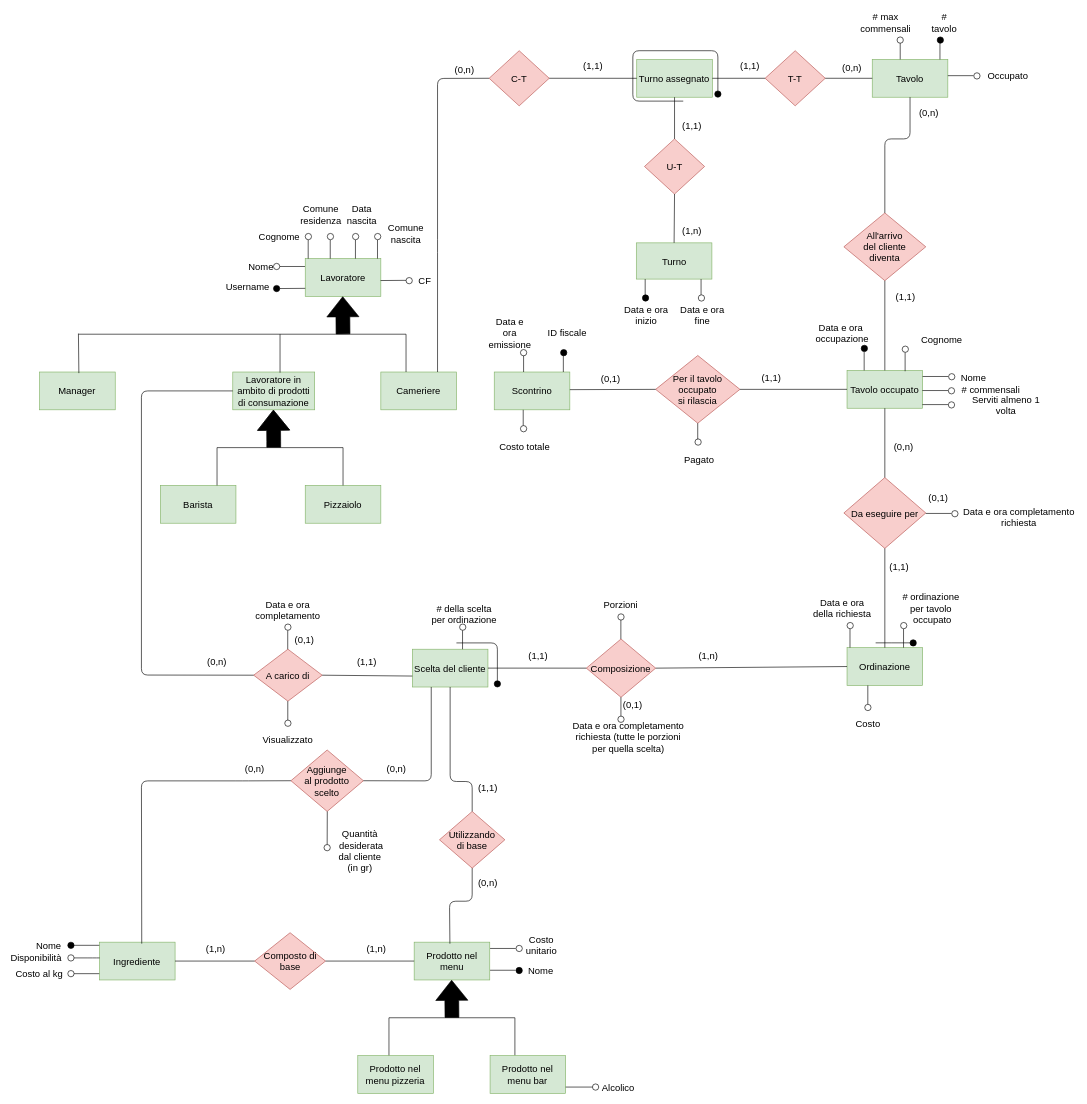
This is RERD/RERD_EditableDiagram.drawio from StefanoBelli/pizzeria, a draw.io file, before an edit. Source tidied: cells renumbered, new cells numbered last; positions are measured from the earlier drawing's top-left corner, leaving out a move shared by most shapes. Both pictures are drawn from the tidied source at 63%, with x=0, y=0 at pixel (11, 16).
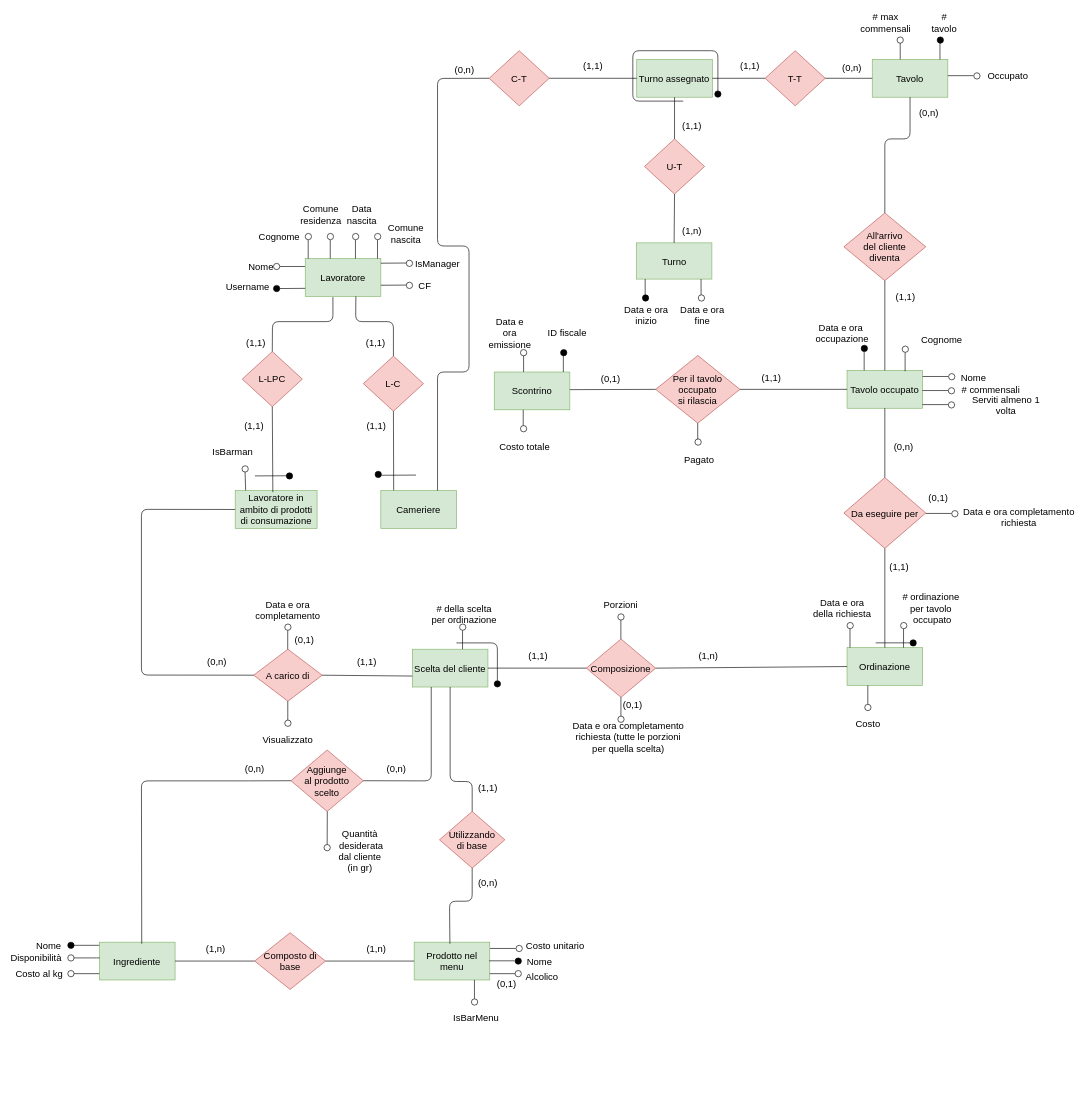
Above is the later version.

Unchanged cells that the change refers to:
```xml
<mxCell id="4" value="Lavoratore" style="rounded=0;whiteSpace=wrap;html=1;fontSize=15;fillColor=#d5e8d4;strokeColor=#82b366;" parent="1" vertex="1">
  <mxGeometry x="467" y="385" width="120" height="60" as="geometry" />
</mxCell>
<mxCell id="21" value="A carico di" style="rhombus;whiteSpace=wrap;html=1;fontSize=15;fillColor=#f8cecc;strokeColor=#b85450;" parent="1" vertex="1">
  <mxGeometry x="385.1" y="1005" width="108.8" height="82.5" as="geometry" />
</mxCell>
<mxCell id="176" value="C-T" style="rhombus;whiteSpace=wrap;html=1;fontSize=15;fillColor=#f8cecc;strokeColor=#b85450;" parent="1" vertex="1">
  <mxGeometry x="758.9" y="55" width="95.4" height="87.5" as="geometry" />
</mxCell>
```

What changed in the source:
```diff
@@
     <mxCell id="3" value="Cameriere" style="rounded=0;whiteSpace=wrap;html=1;fontSize=15;fillColor=#d5e8d4;strokeColor=#82b366;" parent="1" vertex="1">
-      <mxGeometry x="587" y="565" width="120" height="60" as="geometry" />
+      <mxGeometry x="587" y="753.2" width="120" height="60" as="geometry" />
     </mxCell>
@@
     <mxCell id="5" value="Lavoratore in ambito di prodotti di consumazione" style="rounded=0;whiteSpace=wrap;html=1;fontSize=15;fillColor=#d5e8d4;strokeColor=#82b366;" parent="1" vertex="1">
-      <mxGeometry x="352" y="565" width="130" height="60" as="geometry" />
+      <mxGeometry x="355.8" y="753.2" width="130" height="60" as="geometry" />
     </mxCell>
-    <mxCell id="6" value="Barista" style="rounded=0;whiteSpace=wrap;html=1;fontSize=15;fillColor=#d5e8d4;strokeColor=#82b366;" parent="1" vertex="1">
-      <mxGeometry x="237" y="745" width="120" height="60" as="geometry" />
-    </mxCell>
-    <mxCell id="7" value="Pizzaiolo" style="rounded=0;whiteSpace=wrap;html=1;fontSize=15;fillColor=#d5e8d4;strokeColor=#82b366;" parent="1" vertex="1">
-      <mxGeometry x="467" y="745" width="120" height="60" as="geometry" />
-    </mxCell>
     <mxCell id="8" style="endArrow=none;html=1;exitX=0.75;exitY=0;exitDx=0;exitDy=0;entryX=0;entryY=0.5;entryDx=0;entryDy=0;" parent="1" edge="1" source="3" target="176">
       <mxGeometry relative="1" as="geometry">
         <Array as="points">
+          <mxPoint x="677" y="565" />
+          <mxPoint x="727" y="565" />
+          <mxPoint x="727" y="365" />
           <mxPoint x="677" y="365" />
           <mxPoint x="677" y="99" />
         </Array>
       </mxGeometry>
     </mxCell>
-    <mxCell id="9" style="shape=flexArrow;endArrow=classic;html=1;endWidth=28;endSize=10.3;width=22;fillColor=#000000;fontSize=15;" parent="1" edge="1">
-      <mxGeometry relative="1" as="geometry">
-        <mxPoint x="527" y="505" as="sourcePoint" />
-        <mxPoint x="526.5" y="445" as="targetPoint" />
-      </mxGeometry>
-    </mxCell>
-    <mxCell id="10" style="shape=flexArrow;endArrow=classic;html=1;endWidth=28;endSize=10.3;width=22;fillColor=#000000;fontSize=15;" parent="1" edge="1">
-      <mxGeometry relative="1" as="geometry">
-        <mxPoint x="417" y="685" as="sourcePoint" />
-        <mxPoint x="416.5" y="625" as="targetPoint" />
-        <Array as="points">
-          <mxPoint x="417" y="675" />
-        </Array>
-      </mxGeometry>
-    </mxCell>
-    <mxCell id="11" style="endArrow=none;html=1;fillColor=#000000;fontSize=15;" parent="1" edge="1">
-      <mxGeometry relative="1" as="geometry">
-        <mxPoint x="107" y="505" as="sourcePoint" />
-        <mxPoint x="627" y="505" as="targetPoint" />
-      </mxGeometry>
-    </mxCell>
-    <mxCell id="12" style="endArrow=none;html=1;fillColor=#000000;fontSize=15;" parent="1" edge="1">
-      <mxGeometry relative="1" as="geometry">
-        <mxPoint x="327" y="685" as="sourcePoint" />
-        <mxPoint x="527" y="685" as="targetPoint" />
-      </mxGeometry>
-    </mxCell>
-    <mxCell id="13" style="endArrow=none;html=1;fillColor=#000000;fontSize=15;" parent="1" edge="1">
-      <mxGeometry relative="1" as="geometry">
-        <mxPoint x="427" y="566" as="sourcePoint" />
-        <mxPoint x="427" y="505" as="targetPoint" />
-      </mxGeometry>
-    </mxCell>
-    <mxCell id="14" style="endArrow=none;html=1;fillColor=#000000;fontSize=15;" parent="1" edge="1">
-      <mxGeometry relative="1" as="geometry">
-        <mxPoint x="627" y="565" as="sourcePoint" />
-        <mxPoint x="627" y="505" as="targetPoint" />
-      </mxGeometry>
-    </mxCell>
-    <mxCell id="15" style="endArrow=none;html=1;fillColor=#000000;exitX=0.5;exitY=0;exitDx=0;exitDy=0;fontSize=15;" parent="1" edge="1" source="7">
-      <mxGeometry relative="1" as="geometry">
-        <mxPoint x="527" y="685" as="targetPoint" />
-      </mxGeometry>
-    </mxCell>
-    <mxCell id="16" style="endArrow=none;html=1;fillColor=#000000;exitX=0.75;exitY=0;exitDx=0;exitDy=0;fontSize=15;" parent="1" edge="1" source="6">
-      <mxGeometry relative="1" as="geometry">
-        <mxPoint x="327" y="685" as="targetPoint" />
-      </mxGeometry>
-    </mxCell>
@@
     <mxCell id="22" style="endArrow=none;html=1;fillColor=#000000;entryX=0;entryY=0.5;entryDx=0;entryDy=0;exitX=0;exitY=0.5;exitDx=0;exitDy=0;" parent="1" edge="1" source="21" target="5">
       <mxGeometry relative="1" as="geometry">
         <Array as="points">
           <mxPoint x="207" y="1046" />
-          <mxPoint x="207" y="595" />
+          <mxPoint x="207" y="783" />
         </Array>
       </mxGeometry>
     </mxCell>
@@
-    <mxCell id="27" style="shape=flexArrow;endArrow=classic;html=1;endWidth=28;endSize=10.3;width=22;fillColor=#000000;fontSize=15;" parent="1" edge="1">
-      <mxGeometry relative="1" as="geometry">
-        <mxPoint x="699.9" y="1590" as="sourcePoint" />
-        <mxPoint x="699.4" y="1530" as="targetPoint" />
-      </mxGeometry>
-    </mxCell>
-    <mxCell id="28" style="endArrow=none;html=1;fillColor=#000000;fontSize=15;" parent="1" edge="1">
-      <mxGeometry relative="1" as="geometry">
-        <mxPoint x="599.9" y="1590" as="sourcePoint" />
-        <mxPoint x="799.8" y="1590" as="targetPoint" />
-      </mxGeometry>
-    </mxCell>
-    <mxCell id="29" style="endArrow=none;html=1;fillColor=#000000;fontSize=15;" parent="1" edge="1">
-      <mxGeometry relative="1" as="geometry">
-        <mxPoint x="599.9" y="1651" as="sourcePoint" />
-        <mxPoint x="599.9" y="1590" as="targetPoint" />
-      </mxGeometry>
-    </mxCell>
-    <mxCell id="30" style="endArrow=none;html=1;fillColor=#000000;fontSize=15;" parent="1" edge="1">
-      <mxGeometry relative="1" as="geometry">
-        <mxPoint x="799.8" y="1650" as="sourcePoint" />
-        <mxPoint x="799.8" y="1590" as="targetPoint" />
-      </mxGeometry>
-    </mxCell>
-    <mxCell id="31" value="Prodotto nel menu pizzeria" style="rounded=0;whiteSpace=wrap;html=1;fontSize=15;fillColor=#d5e8d4;strokeColor=#82b366;" parent="1" vertex="1">
-      <mxGeometry x="550.4" y="1650" width="120" height="60" as="geometry" />
-    </mxCell>
-    <mxCell id="32" value="Prodotto nel menu bar" style="rounded=0;whiteSpace=wrap;html=1;fontSize=15;fillColor=#d5e8d4;strokeColor=#82b366;" parent="1" vertex="1">
-      <mxGeometry x="760.4" y="1650" width="120" height="60" as="geometry" />
-    </mxCell>
@@
     <mxCell id="66" style="endArrow=none;html=1;fillColor=#000000;fontSize=15;" parent="1" edge="1">
       <mxGeometry relative="1" as="geometry">
-        <mxPoint x="811" y="1520" as="sourcePoint" />
-        <mxPoint x="810.4" y="1520" as="targetPoint" />
+        <mxPoint x="809.5" y="1505" as="sourcePoint" />
+        <mxPoint x="808.9" y="1505" as="targetPoint" />
       </mxGeometry>
     </mxCell>
     <mxCell id="67" value="Nome" style="text;html=1;strokeColor=none;fillColor=none;align=center;verticalAlign=middle;whiteSpace=wrap;rounded=0;fontSize=15;" parent="1" vertex="1">
-      <mxGeometry x="821" y="1505" width="40" height="20" as="geometry" />
+      <mxGeometry x="818.6" y="1490" width="40" height="20" as="geometry" />
     </mxCell>
     <mxCell id="68" style="endArrow=none;html=1;fillColor=#000000;fontSize=15;" parent="1" edge="1" source="70">
       <mxGeometry relative="1" as="geometry">
-        <mxPoint x="930.4" y="1700" as="targetPoint" />
+        <mxPoint x="809.9" y="1520" as="targetPoint" />
       </mxGeometry>
     </mxCell>
     <mxCell id="69" value="Alcolico" style="text;html=1;strokeColor=none;fillColor=none;align=center;verticalAlign=middle;whiteSpace=wrap;rounded=0;fontSize=15;" parent="1" vertex="1">
-      <mxGeometry x="943.6" y="1690" width="40" height="20" as="geometry" />
+      <mxGeometry x="823" y="1515" width="40" height="20" as="geometry" />
     </mxCell>
     <mxCell id="70" style="ellipse;whiteSpace=wrap;html=1;fontSize=15;" parent="1" vertex="1">
-      <mxGeometry x="922.9" y="1695" width="10" height="10" as="geometry" />
+      <mxGeometry x="800.1" y="1515" width="10" height="10" as="geometry" />
     </mxCell>
     <mxCell id="71" style="endArrow=none;html=1;fillColor=#000000;fontSize=15;" parent="1" edge="1" target="70">
       <mxGeometry relative="1" as="geometry">
-        <mxPoint x="880.4" y="1700" as="sourcePoint" />
+        <mxPoint x="759.9" y="1520" as="sourcePoint" />
       </mxGeometry>
     </mxCell>
     <mxCell id="72" style="ellipse;whiteSpace=wrap;html=1;fillColor=#000000;fontSize=15;" parent="1" vertex="1">
-      <mxGeometry x="801.6" y="1510" width="10" height="10" as="geometry" />
+      <mxGeometry x="800.1" y="1495" width="10" height="10" as="geometry" />
     </mxCell>
     <mxCell id="73" style="endArrow=none;html=1;fillColor=#000000;fontSize=15;" parent="1" edge="1">
       <mxGeometry relative="1" as="geometry">
-        <mxPoint x="760.4" y="1514.6" as="sourcePoint" />
-        <mxPoint x="801" y="1514.6" as="targetPoint" />
+        <mxPoint x="758.9" y="1499.6" as="sourcePoint" />
+        <mxPoint x="799.5" y="1499.6" as="targetPoint" />
       </mxGeometry>
     </mxCell>
@@
     <mxCell id="109" value="Costo unitario" style="text;html=1;strokeColor=none;fillColor=none;align=center;verticalAlign=middle;whiteSpace=wrap;rounded=0;fontSize=15;" parent="1" vertex="1">
-      <mxGeometry x="811.6" y="1465" width="60" height="20" as="geometry" />
+      <mxGeometry x="811.6" y="1465" width="104" height="20" as="geometry" />
     </mxCell>
@@
-    <mxCell id="125" value="&lt;font style=&quot;font-size: 15px&quot;&gt;Manager&lt;/font&gt;" style="rounded=0;whiteSpace=wrap;html=1;fillColor=#d5e8d4;strokeColor=#82b366;" parent="1" vertex="1">
-      <mxGeometry x="45.4" y="565" width="120" height="60" as="geometry" />
-    </mxCell>
-    <mxCell id="126" style="endArrow=none;html=1;fillColor=#000000;fontSize=15;exitX=0.519;exitY=0.029;exitDx=0;exitDy=0;exitPerimeter=0;" parent="1" edge="1" source="125">
-      <mxGeometry relative="1" as="geometry">
-        <mxPoint x="107" y="504" as="targetPoint" />
-      </mxGeometry>
-    </mxCell>
@@
     <mxCell id="213" style="ellipse;whiteSpace=wrap;html=1;fontSize=15;" parent="1" vertex="1">
-      <mxGeometry x="627" y="415" width="10" height="10" as="geometry" />
+      <mxGeometry x="627.4" y="422.5" width="10" height="10" as="geometry" />
     </mxCell>
     <mxCell id="214" value="CF" style="text;html=1;strokeColor=none;fillColor=none;align=center;verticalAlign=middle;whiteSpace=wrap;rounded=0;fontSize=15;" parent="1" vertex="1">
-      <mxGeometry x="637" y="410" width="40" height="20" as="geometry" />
+      <mxGeometry x="637.4" y="417.5" width="40" height="20" as="geometry" />
     </mxCell>
     <mxCell id="215" style="endArrow=none;html=1;fillColor=#000000;entryX=1;entryY=0.5;entryDx=0;entryDy=0;exitX=0.003;exitY=0.828;exitDx=0;exitDy=0;exitPerimeter=0;fontSize=15;" parent="1" edge="1">
       <mxGeometry relative="1" as="geometry">
-        <mxPoint x="627" y="419.5" as="sourcePoint" />
-        <mxPoint x="586.6" y="419.8" as="targetPoint" />
+        <mxPoint x="627.4" y="427" as="sourcePoint" />
+        <mxPoint x="587" y="427.3" as="targetPoint" />
       </mxGeometry>
     </mxCell>
+    <mxCell id="216" style="ellipse;whiteSpace=wrap;html=1;fontSize=15;" parent="1" vertex="1">
+      <mxGeometry x="627.4" y="387.5" width="10" height="10" as="geometry" />
+    </mxCell>
+    <mxCell id="217" value="IsManager" style="text;html=1;strokeColor=none;fillColor=none;align=center;verticalAlign=middle;whiteSpace=wrap;rounded=0;fontSize=15;" parent="1" vertex="1">
+      <mxGeometry x="657" y="382.5" width="40" height="20" as="geometry" />
+    </mxCell>
+    <mxCell id="218" style="endArrow=none;html=1;fillColor=#000000;entryX=1;entryY=0.5;entryDx=0;entryDy=0;exitX=0.003;exitY=0.828;exitDx=0;exitDy=0;exitPerimeter=0;fontSize=15;" parent="1" edge="1">
+      <mxGeometry relative="1" as="geometry">
+        <mxPoint x="627.4" y="392" as="sourcePoint" />
+        <mxPoint x="587" y="392.3" as="targetPoint" />
+      </mxGeometry>
+    </mxCell>
+    <mxCell id="219" style="endArrow=none;html=1;fillColor=#000000;fontSize=15;exitX=0.128;exitY=-0.005;exitDx=0;exitDy=0;exitPerimeter=0;" parent="1" edge="1" source="5">
+      <mxGeometry relative="1" as="geometry">
+        <mxPoint x="371.4" y="719.9" as="targetPoint" />
+      </mxGeometry>
+    </mxCell>
+    <mxCell id="220" style="ellipse;whiteSpace=wrap;html=1;fontSize=15;" parent="1" vertex="1">
+      <mxGeometry x="366.6" y="713.8" width="10" height="10" as="geometry" />
+    </mxCell>
+    <mxCell id="221" value="IsBarman" style="text;html=1;strokeColor=none;fillColor=none;align=center;verticalAlign=middle;whiteSpace=wrap;rounded=0;fontSize=15;" parent="1" vertex="1">
+      <mxGeometry x="326.6" y="681.2" width="50" height="20" as="geometry" />
+    </mxCell>
+    <mxCell id="222" value="L-LPC" style="rhombus;whiteSpace=wrap;html=1;fontSize=15;fillColor=#f8cecc;strokeColor=#b85450;" parent="1" vertex="1">
+      <mxGeometry x="367" y="532.5" width="95.4" height="87.5" as="geometry" />
+    </mxCell>
+    <mxCell id="223" value="L-C" style="rhombus;whiteSpace=wrap;html=1;fontSize=15;fillColor=#f8cecc;strokeColor=#b85450;" parent="1" vertex="1">
+      <mxGeometry x="559.3" y="539.7" width="95.4" height="87.5" as="geometry" />
+    </mxCell>
+    <mxCell id="224" style="endArrow=none;html=1;entryX=0.366;entryY=1.018;entryDx=0;entryDy=0;entryPerimeter=0;exitX=0.5;exitY=0;exitDx=0;exitDy=0;" parent="1" edge="1" source="222" target="4">
+      <mxGeometry relative="1" as="geometry">
+        <Array as="points">
+          <mxPoint x="415" y="485" />
+          <mxPoint x="511" y="485" />
+        </Array>
+      </mxGeometry>
+    </mxCell>
+    <mxCell id="225" style="endArrow=none;html=1;entryX=0.5;entryY=1;entryDx=0;entryDy=0;exitX=0.46;exitY=0.04;exitDx=0;exitDy=0;exitPerimeter=0;" parent="1" edge="1" source="5" target="222">
+      <mxGeometry relative="1" as="geometry" />
+    </mxCell>
+    <mxCell id="226" style="endArrow=none;html=1;entryX=0.67;entryY=0.998;entryDx=0;entryDy=0;entryPerimeter=0;exitX=0.5;exitY=0;exitDx=0;exitDy=0;" parent="1" edge="1" source="223" target="4">
+      <mxGeometry relative="1" as="geometry">
+        <Array as="points">
+          <mxPoint x="607" y="485" />
+          <mxPoint x="547" y="485" />
+        </Array>
+      </mxGeometry>
+    </mxCell>
+    <mxCell id="227" style="endArrow=none;html=1;entryX=0.5;entryY=1;entryDx=0;entryDy=0;exitX=0.17;exitY=-0.006;exitDx=0;exitDy=0;exitPerimeter=0;" parent="1" edge="1" source="3" target="223">
+      <mxGeometry relative="1" as="geometry" />
+    </mxCell>
+    <mxCell id="228" style="endArrow=none;html=1;" parent="1" edge="1">
+      <mxGeometry relative="1" as="geometry">
+        <mxPoint x="587.9" y="728.9" as="sourcePoint" />
+        <mxPoint x="642.9" y="728.6" as="targetPoint" />
+      </mxGeometry>
+    </mxCell>
+    <mxCell id="229" style="ellipse;whiteSpace=wrap;html=1;fontSize=15;fillColor=#000000;" parent="1" vertex="1">
+      <mxGeometry x="577.9" y="722.5" width="10" height="10" as="geometry" />
+    </mxCell>
+    <mxCell id="230" style="endArrow=none;html=1;" parent="1" edge="1">
+      <mxGeometry relative="1" as="geometry">
+        <mxPoint x="387.2" y="729.9" as="sourcePoint" />
+        <mxPoint x="442.2" y="729.7" as="targetPoint" />
+      </mxGeometry>
+    </mxCell>
+    <mxCell id="231" style="ellipse;whiteSpace=wrap;html=1;fontSize=15;fillColor=#000000;" parent="1" vertex="1">
+      <mxGeometry x="437" y="725" width="10" height="10" as="geometry" />
+    </mxCell>
+    <mxCell id="232" style="endArrow=none;html=1;fillColor=#000000;fontSize=15;" parent="1" edge="1">
+      <mxGeometry relative="1" as="geometry">
+        <mxPoint x="735.6" y="1560" as="sourcePoint" />
+        <mxPoint x="735.6" y="1530" as="targetPoint" />
+      </mxGeometry>
+    </mxCell>
+    <mxCell id="233" style="ellipse;whiteSpace=wrap;html=1;fontSize=15;" parent="1" vertex="1">
+      <mxGeometry x="730.8" y="1560" width="10" height="10" as="geometry" />
+    </mxCell>
+    <mxCell id="234" value="IsBarMenu" style="text;html=1;strokeColor=none;fillColor=none;align=center;verticalAlign=middle;whiteSpace=wrap;rounded=0;fontSize=15;" parent="1" vertex="1">
+      <mxGeometry x="697" y="1580" width="82.5" height="20" as="geometry" />
+    </mxCell>
+    <mxCell id="235" value="&lt;font style=&quot;font-size: 15px&quot;&gt;(0,1)&lt;/font&gt;" style="text;html=1;strokeColor=none;fillColor=none;align=center;verticalAlign=middle;whiteSpace=wrap;rounded=0;" parent="1" vertex="1">
+      <mxGeometry x="767" y="1525" width="40" height="20" as="geometry" />
+    </mxCell>
+    <mxCell id="236" value="(1,1)" style="text;html=1;strokeColor=none;fillColor=none;align=center;verticalAlign=middle;whiteSpace=wrap;rounded=0;fontSize=15;" parent="1" vertex="1">
+      <mxGeometry x="560.4" y="640" width="40" height="20" as="geometry" />
+    </mxCell>
+    <mxCell id="237" value="(1,1)" style="text;html=1;strokeColor=none;fillColor=none;align=center;verticalAlign=middle;whiteSpace=wrap;rounded=0;fontSize=15;" parent="1" vertex="1">
+      <mxGeometry x="559.3" y="509.3" width="40" height="20" as="geometry" />
+    </mxCell>
+    <mxCell id="238" value="(1,1)" style="text;html=1;strokeColor=none;fillColor=none;align=center;verticalAlign=middle;whiteSpace=wrap;rounded=0;fontSize=15;" parent="1" vertex="1">
+      <mxGeometry x="368.9" y="509.3" width="40" height="20" as="geometry" />
+    </mxCell>
+    <mxCell id="239" value="(1,1)" style="text;html=1;strokeColor=none;fillColor=none;align=center;verticalAlign=middle;whiteSpace=wrap;rounded=0;fontSize=15;" parent="1" vertex="1">
+      <mxGeometry x="365.8" y="640" width="40" height="20" as="geometry" />
+    </mxCell>
```
